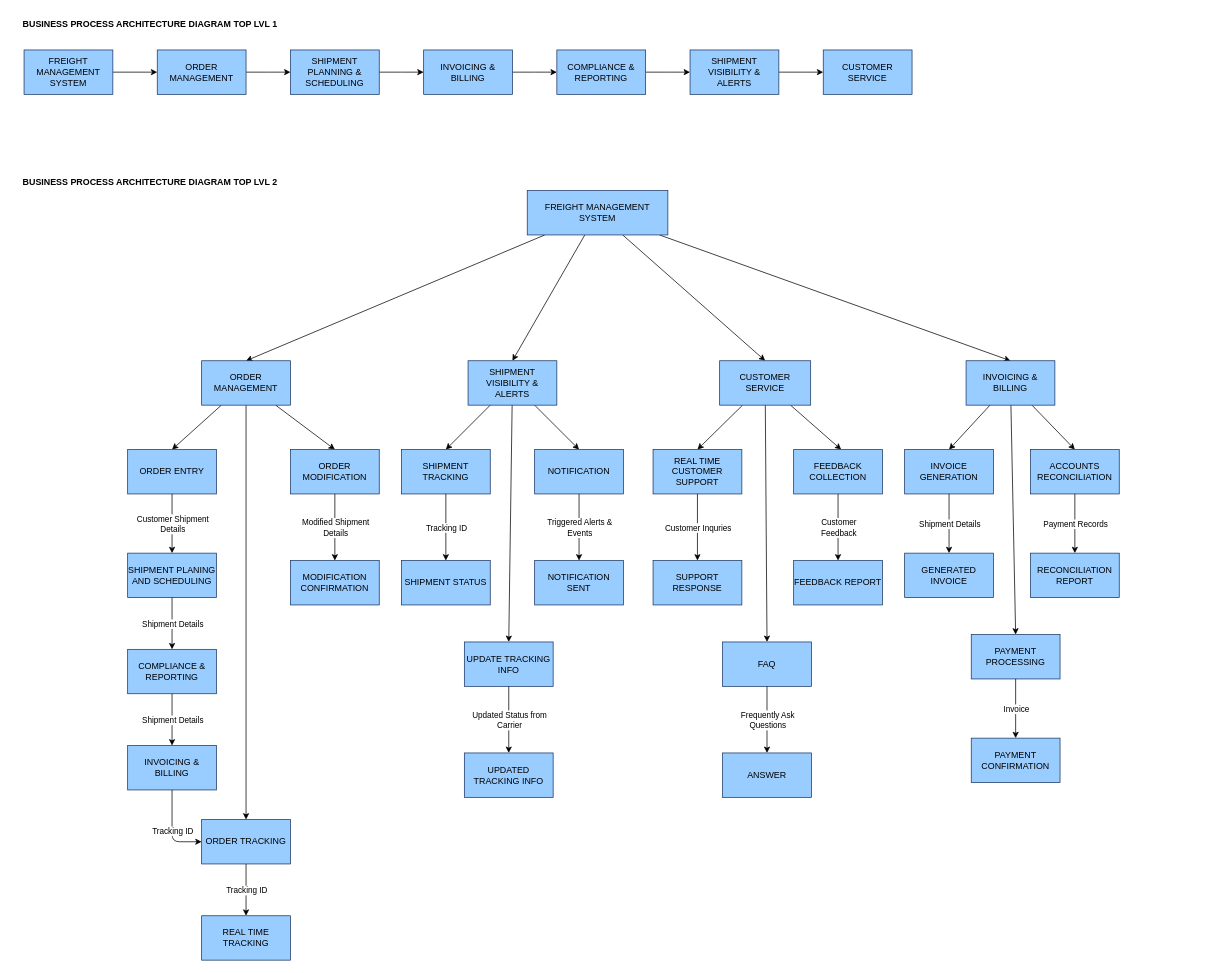
mrepol742/axleshift-core1 keeps this draw.io diagram as bpa.drawio. Above is the earlier version. Source tidied: cells renumbered, new cells numbered last; positions are measured from the earlier drawing's top-left corner, leaving out a move shared by most shapes. Both pictures are drawn from the tidied source at 74%, with x=0, y=0 at pixel (13, 13).
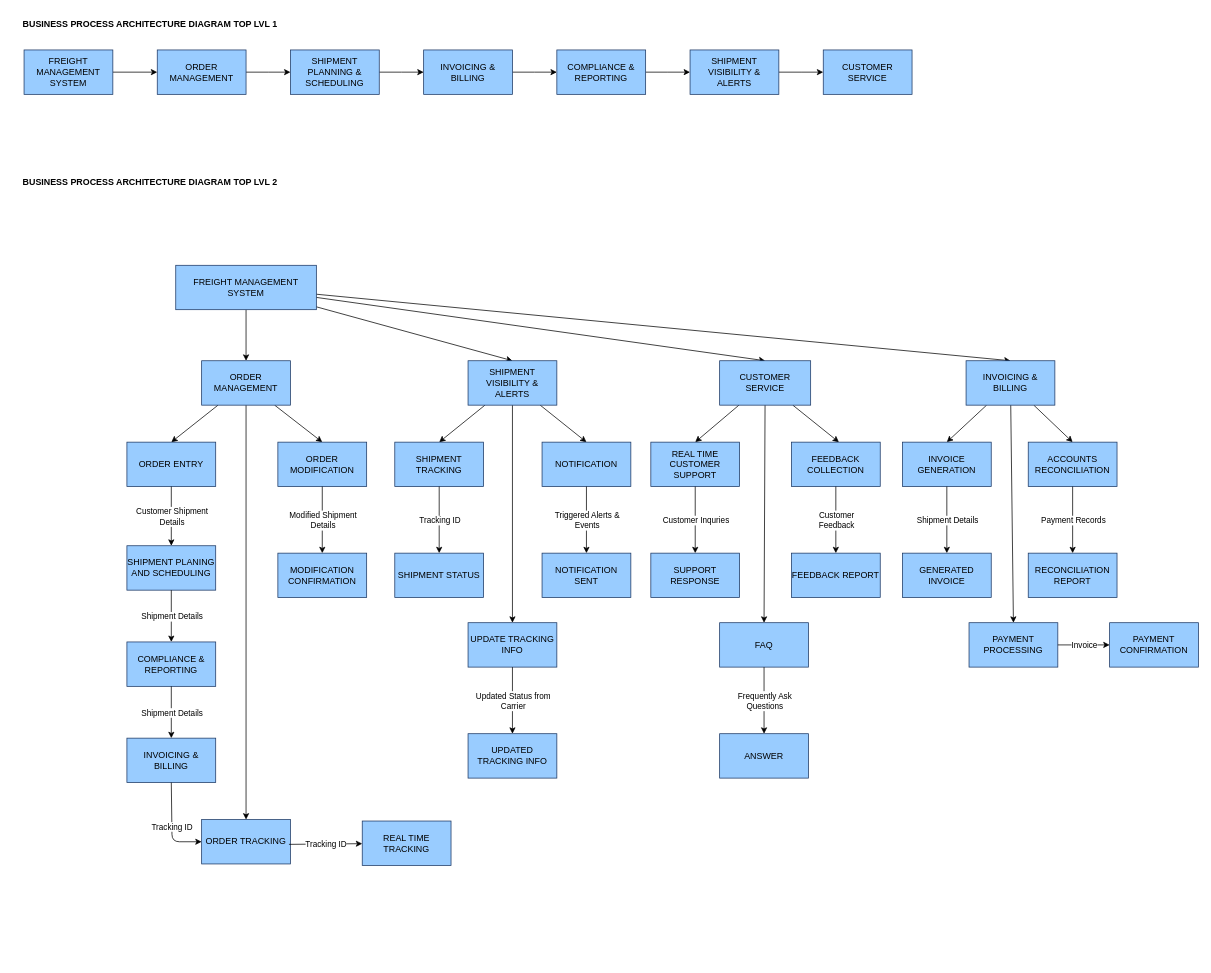
The same page after the edit.

Unchanged cells that the change refers to:
```xml
<mxCell id="30" value="ORDER TRACKING" style="whiteSpace=wrap;html=1;fillColor=#99CCFF;strokeColor=#1A3561;" parent="1" vertex="1">
  <mxGeometry x="255" y="1090" width="120" height="60" as="geometry" />
</mxCell>
```

Change to the diagram source:
```diff
@@
     <mxCell id="21" value="FREIGHT MANAGEMENT SYSTEM" style="whiteSpace=wrap;html=1;fillColor=#99CCFF;strokeColor=#1A3561;" parent="1" vertex="1">
-      <mxGeometry x="695" y="240" width="190" height="60" as="geometry" />
+      <mxGeometry x="220" y="341" width="190" height="60" as="geometry" />
     </mxCell>
@@
     <mxCell id="26" value="ORDER ENTRY" style="whiteSpace=wrap;html=1;fillColor=#99CCFF;strokeColor=#1A3561;" parent="1" vertex="1">
-      <mxGeometry x="155" y="590" width="120" height="60" as="geometry" />
+      <mxGeometry x="154" y="580" width="120" height="60" as="geometry" />
     </mxCell>
     <mxCell id="27" value="SHIPMENT PLANING AND SCHEDULING" style="whiteSpace=wrap;html=1;fillColor=#99CCFF;strokeColor=#1A3561;" parent="1" vertex="1">
-      <mxGeometry x="155" y="730" width="120" height="60" as="geometry" />
+      <mxGeometry x="154" y="720" width="120" height="60" as="geometry" />
     </mxCell>
@@
     <mxCell id="33" value="REAL TIME&lt;br&gt;TRACKING" style="whiteSpace=wrap;html=1;fillColor=#99CCFF;strokeColor=#1A3561;" parent="1" vertex="1">
-      <mxGeometry x="255" y="1220" width="120" height="60" as="geometry" />
+      <mxGeometry x="472" y="1092" width="120" height="60" as="geometry" />
     </mxCell>
-    <mxCell id="34" style="endArrow=classic;html=1;exitX=0.5;exitY=1;exitDx=0;exitDy=0;entryX=0.5;entryY=0;entryDx=0;entryDy=0;" parent="1" edge="1" source="30" target="33">
+    <mxCell id="34" style="endArrow=classic;html=1;exitX=0.983;exitY=0.559;exitDx=0;exitDy=0;exitPerimeter=0;" parent="1" edge="1" source="30" target="33">
       <mxGeometry relative="1" as="geometry" />
     </mxCell>
@@
     <mxCell id="36" value="ORDER MODIFICATION" style="whiteSpace=wrap;html=1;fillColor=#99CCFF;strokeColor=#1A3561;" parent="1" vertex="1">
-      <mxGeometry x="375" y="590" width="120" height="60" as="geometry" />
+      <mxGeometry x="358" y="580" width="120" height="60" as="geometry" />
     </mxCell>
     <mxCell id="37" value="MODIFICATION CONFIRMATION" style="whiteSpace=wrap;html=1;fillColor=#99CCFF;strokeColor=#1A3561;" parent="1" vertex="1">
-      <mxGeometry x="375" y="740" width="120" height="60" as="geometry" />
+      <mxGeometry x="358" y="730" width="120" height="60" as="geometry" />
     </mxCell>
@@
     <mxCell id="44" value="REAL TIME CUSTOMER SUPPORT" style="whiteSpace=wrap;html=1;fillColor=#99CCFF;strokeColor=#1A3561;" parent="1" vertex="1">
-      <mxGeometry x="865" y="590" width="120" height="60" as="geometry" />
+      <mxGeometry x="862" y="580" width="120" height="60" as="geometry" />
     </mxCell>
     <mxCell id="45" value="SUPPORT RESPONSE" style="whiteSpace=wrap;html=1;fillColor=#99CCFF;strokeColor=#1A3561;" parent="1" vertex="1">
-      <mxGeometry x="865" y="740" width="120" height="60" as="geometry" />
+      <mxGeometry x="862" y="730" width="120" height="60" as="geometry" />
     </mxCell>
@@
     <mxCell id="48" value="FAQ" style="whiteSpace=wrap;html=1;fillColor=#99CCFF;strokeColor=#1A3561;" parent="1" vertex="1">
-      <mxGeometry x="959" y="850" width="120" height="60" as="geometry" />
+      <mxGeometry x="955" y="824" width="120" height="60" as="geometry" />
     </mxCell>
     <mxCell id="49" value="ANSWER" style="whiteSpace=wrap;html=1;fillColor=#99CCFF;strokeColor=#1A3561;" parent="1" vertex="1">
-      <mxGeometry x="959" y="1000" width="120" height="60" as="geometry" />
+      <mxGeometry x="955" y="974" width="120" height="60" as="geometry" />
     </mxCell>
@@
     <mxCell id="52" value="FEEDBACK COLLECTION" style="whiteSpace=wrap;html=1;fillColor=#99CCFF;strokeColor=#1A3561;" parent="1" vertex="1">
-      <mxGeometry x="1055" y="590" width="120" height="60" as="geometry" />
+      <mxGeometry x="1052" y="580" width="120" height="60" as="geometry" />
     </mxCell>
     <mxCell id="53" value="FEEDBACK REPORT" style="whiteSpace=wrap;html=1;fillColor=#99CCFF;strokeColor=#1A3561;" parent="1" vertex="1">
-      <mxGeometry x="1055" y="740" width="120" height="60" as="geometry" />
+      <mxGeometry x="1052" y="730" width="120" height="60" as="geometry" />
     </mxCell>
@@
     <mxCell id="60" value="INVOICE GENERATION" style="whiteSpace=wrap;html=1;fillColor=#99CCFF;strokeColor=#1A3561;" parent="1" vertex="1">
-      <mxGeometry x="1205" y="590" width="120" height="60" as="geometry" />
+      <mxGeometry x="1202" y="580" width="120" height="60" as="geometry" />
     </mxCell>
     <mxCell id="61" value="GENERATED INVOICE" style="whiteSpace=wrap;html=1;fillColor=#99CCFF;strokeColor=#1A3561;" parent="1" vertex="1">
-      <mxGeometry x="1205" y="730" width="120" height="60" as="geometry" />
+      <mxGeometry x="1202" y="730" width="120" height="60" as="geometry" />
     </mxCell>
@@
     <mxCell id="64" value="PAYMENT PROCESSING" style="whiteSpace=wrap;html=1;fillColor=#99CCFF;strokeColor=#1A3561;" parent="1" vertex="1">
-      <mxGeometry x="1295" y="840" width="120" height="60" as="geometry" />
+      <mxGeometry x="1292" y="824" width="120" height="60" as="geometry" />
     </mxCell>
     <mxCell id="65" value="PAYMENT CONFIRMATION" style="whiteSpace=wrap;html=1;fillColor=#99CCFF;strokeColor=#1A3561;" parent="1" vertex="1">
-      <mxGeometry x="1295" y="980" width="120" height="60" as="geometry" />
+      <mxGeometry x="1482" y="824" width="120" height="60" as="geometry" />
     </mxCell>
-    <mxCell id="66" style="endArrow=classic;html=1;exitX=0.5;exitY=1;exitDx=0;exitDy=0;entryX=0.5;entryY=0;entryDx=0;entryDy=0;" parent="1" edge="1" source="64" target="65">
+    <mxCell id="66" style="endArrow=classic;html=1;exitX=1;exitY=0.5;exitDx=0;exitDy=0;entryX=0;entryY=0.5;entryDx=0;entryDy=0;" parent="1" edge="1" source="64" target="65">
       <mxGeometry relative="1" as="geometry" />
     </mxCell>
@@
     <mxCell id="68" value="ACCOUNTS RECONCILIATION" style="whiteSpace=wrap;html=1;fillColor=#99CCFF;strokeColor=#1A3561;" parent="1" vertex="1">
-      <mxGeometry x="1375" y="590" width="120" height="60" as="geometry" />
+      <mxGeometry x="1372" y="580" width="120" height="60" as="geometry" />
     </mxCell>
     <mxCell id="69" value="RECONCILIATION REPORT" style="whiteSpace=wrap;html=1;fillColor=#99CCFF;strokeColor=#1A3561;" parent="1" vertex="1">
-      <mxGeometry x="1375" y="730" width="120" height="60" as="geometry" />
+      <mxGeometry x="1372" y="730" width="120" height="60" as="geometry" />
     </mxCell>
@@
     <mxCell id="72" value="COMPLIANCE &amp;amp; REPORTING" style="whiteSpace=wrap;html=1;fillColor=#99CCFF;strokeColor=#1A3561;" parent="1" vertex="1">
-      <mxGeometry x="155" y="860" width="120" height="60" as="geometry" />
+      <mxGeometry x="154" y="850" width="120" height="60" as="geometry" />
     </mxCell>
@@
     <mxCell id="77" value="SHIPMENT TRACKING" style="whiteSpace=wrap;html=1;fillColor=#99CCFF;strokeColor=#1A3561;" parent="1" vertex="1">
-      <mxGeometry x="525" y="590" width="120" height="60" as="geometry" />
+      <mxGeometry x="516" y="580" width="120" height="60" as="geometry" />
     </mxCell>
     <mxCell id="78" value="SHIPMENT STATUS" style="whiteSpace=wrap;html=1;fillColor=#99CCFF;strokeColor=#1A3561;" parent="1" vertex="1">
-      <mxGeometry x="525" y="740" width="120" height="60" as="geometry" />
+      <mxGeometry x="516" y="730" width="120" height="60" as="geometry" />
     </mxCell>
@@
     <mxCell id="81" value="UPDATE TRACKING INFO" style="whiteSpace=wrap;html=1;fillColor=#99CCFF;strokeColor=#1A3561;" parent="1" vertex="1">
-      <mxGeometry x="610" y="850" width="120" height="60" as="geometry" />
+      <mxGeometry x="615" y="824" width="120" height="60" as="geometry" />
     </mxCell>
     <mxCell id="82" value="UPDATED TRACKING INFO" style="whiteSpace=wrap;html=1;fillColor=#99CCFF;strokeColor=#1A3561;" parent="1" vertex="1">
-      <mxGeometry x="610" y="1000" width="120" height="60" as="geometry" />
+      <mxGeometry x="615" y="974" width="120" height="60" as="geometry" />
     </mxCell>
@@
     <mxCell id="85" value="NOTIFICATION" style="whiteSpace=wrap;html=1;fillColor=#99CCFF;strokeColor=#1A3561;" parent="1" vertex="1">
-      <mxGeometry x="705" y="590" width="120" height="60" as="geometry" />
+      <mxGeometry x="715" y="580" width="120" height="60" as="geometry" />
     </mxCell>
     <mxCell id="86" value="NOTIFICATION SENT" style="whiteSpace=wrap;html=1;fillColor=#99CCFF;strokeColor=#1A3561;" parent="1" vertex="1">
-      <mxGeometry x="705" y="740" width="120" height="60" as="geometry" />
+      <mxGeometry x="715" y="730" width="120" height="60" as="geometry" />
     </mxCell>
@@
     <mxCell id="89" value="INVOICING &amp;amp; BILLING" style="whiteSpace=wrap;html=1;fillColor=#99CCFF;strokeColor=#1A3561;" parent="1" vertex="1">
-      <mxGeometry x="155" y="990" width="120" height="60" as="geometry" />
+      <mxGeometry x="154" y="980" width="120" height="60" as="geometry" />
     </mxCell>
```
